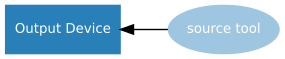
Earlier version of the Graphviz export docs/images/source_values/source_tool.png (gpiozero/gpiozero). Its source is kept beside it as docs/images/source_values/source_tool.dot.
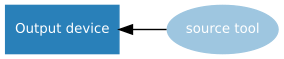
Above is the later version.

Diff of the diagram source:
```diff
@@ -7,12 +7,12 @@
     /* Devices */
     node [shape=rect, style=filled, color="#2980b9", fontname=Sans, fontcolor="#ffffff", fontsize=10];
 
-    "Output Device"
+    output [label="Output device"]
 
     /* functions */
     node [shape=oval, style=filled, color="#9ec6e0", fontcolor="#ffffff"];
 
-    "source tool"
+    tool [label="source tool"]
 
-    "source tool" -> "Output Device";
+    tool -> output;
 }
```
